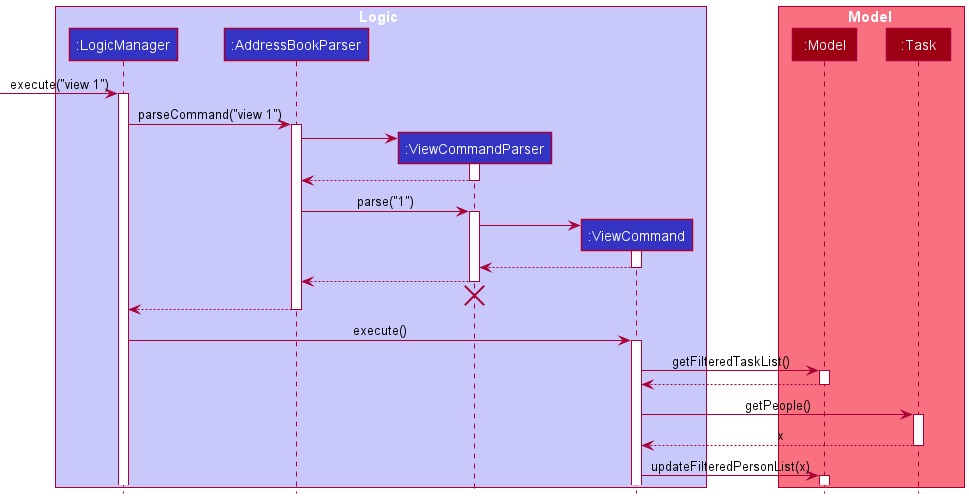
Above: docs/images/ViewSequenceDiagram.png in snss231/tp (PlantUML), before the change. Source of this version:
```plantuml
@startuml
!include style.puml

box Logic LOGIC_COLOR_T1
participant ":LogicManager" as LogicManager LOGIC_COLOR
participant ":AddressBookParser" as AddressBookParser LOGIC_COLOR
participant ":ViewCommandParser" as ViewCommandParser LOGIC_COLOR
participant ":ViewCommand" as ViewCommand LOGIC_COLOR
end box

box Model MODEL_COLOR_T1
participant ":Model" as Model MODEL_COLOR
participant ":Task" as Task MODEL_COLOR

end box

[-> LogicManager : execute("view 1")
activate LogicManager

LogicManager -> AddressBookParser : parseCommand("view 1")
activate AddressBookParser

create ViewCommandParser
AddressBookParser -> ViewCommandParser
activate ViewCommandParser

ViewCommandParser --> AddressBookParser
deactivate ViewCommandParser

AddressBookParser -> ViewCommandParser : parse("1")
activate ViewCommandParser

create ViewCommand
ViewCommandParser -> ViewCommand
activate ViewCommand

ViewCommand --> ViewCommandParser
deactivate ViewCommand

ViewCommandParser --> AddressBookParser
deactivate ViewCommandParser
ViewCommandParser -[hidden]-> AddressBookParser
destroy ViewCommandParser

AddressBookParser --> LogicManager
deactivate AddressBookParser

LogicManager -> ViewCommand : execute()
activate ViewCommand

ViewCommand -> Model : getFilteredTaskList()
activate Model

Model --> ViewCommand
deactivate Model

ViewCommand -> Task : getPeople()
activate Task

Task --> ViewCommand : x
deactivate Task

ViewCommand -> Model : updateFilteredPersonList(x)
activate Model

@enduml
```
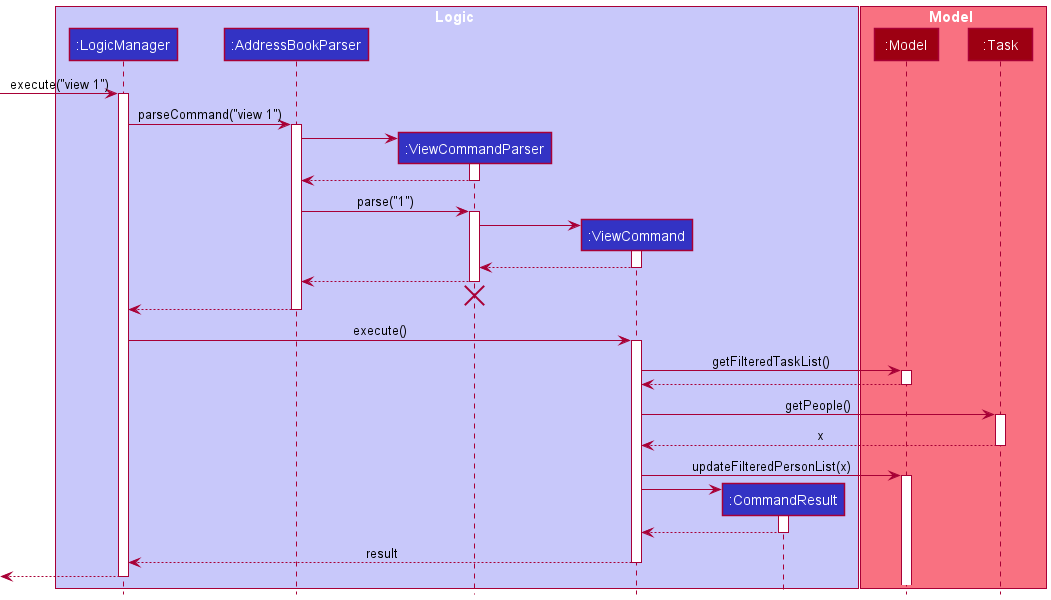
After the change.

Commit message:
Update DG for View Task feature

Change to the diagram source:
```diff
@@ -6,6 +6,7 @@
 participant ":AddressBookParser" as AddressBookParser LOGIC_COLOR
 participant ":ViewCommandParser" as ViewCommandParser LOGIC_COLOR
 participant ":ViewCommand" as ViewCommand LOGIC_COLOR
+participant ":CommandResult" as CommandResult LOGIC_COLOR
 end box
 
 box Model MODEL_COLOR_T1
@@ -63,4 +64,17 @@
 ViewCommand -> Model : updateFilteredPersonList(x)
 activate Model
 
+create CommandResult
+ViewCommand -> CommandResult
+activate CommandResult
+
+CommandResult --> ViewCommand
+deactivate CommandResult
+
+ViewCommand --> LogicManager : result
+deactivate ViewCommand
+
+[<--LogicManager
+deactivate LogicManager
+
 @enduml
```
